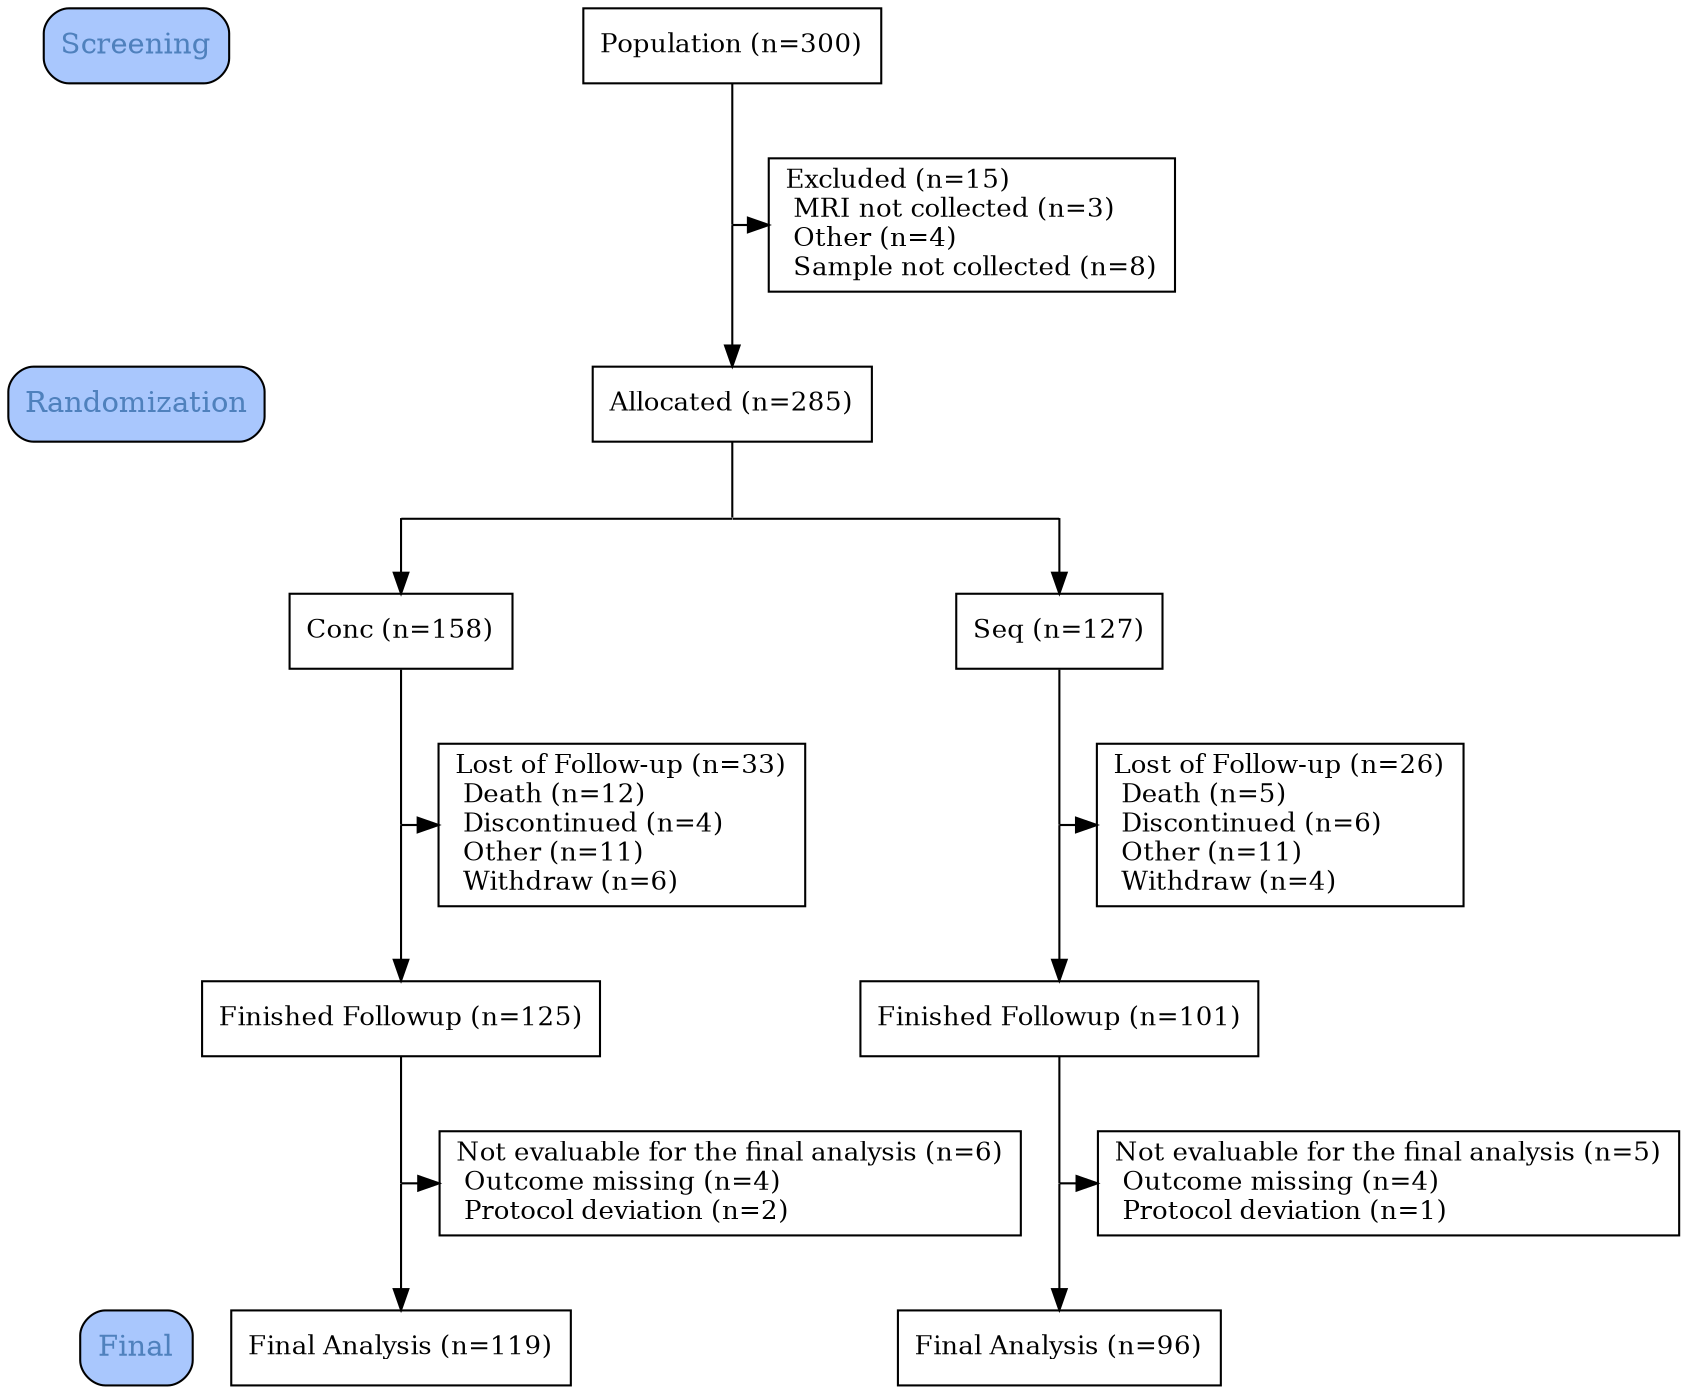
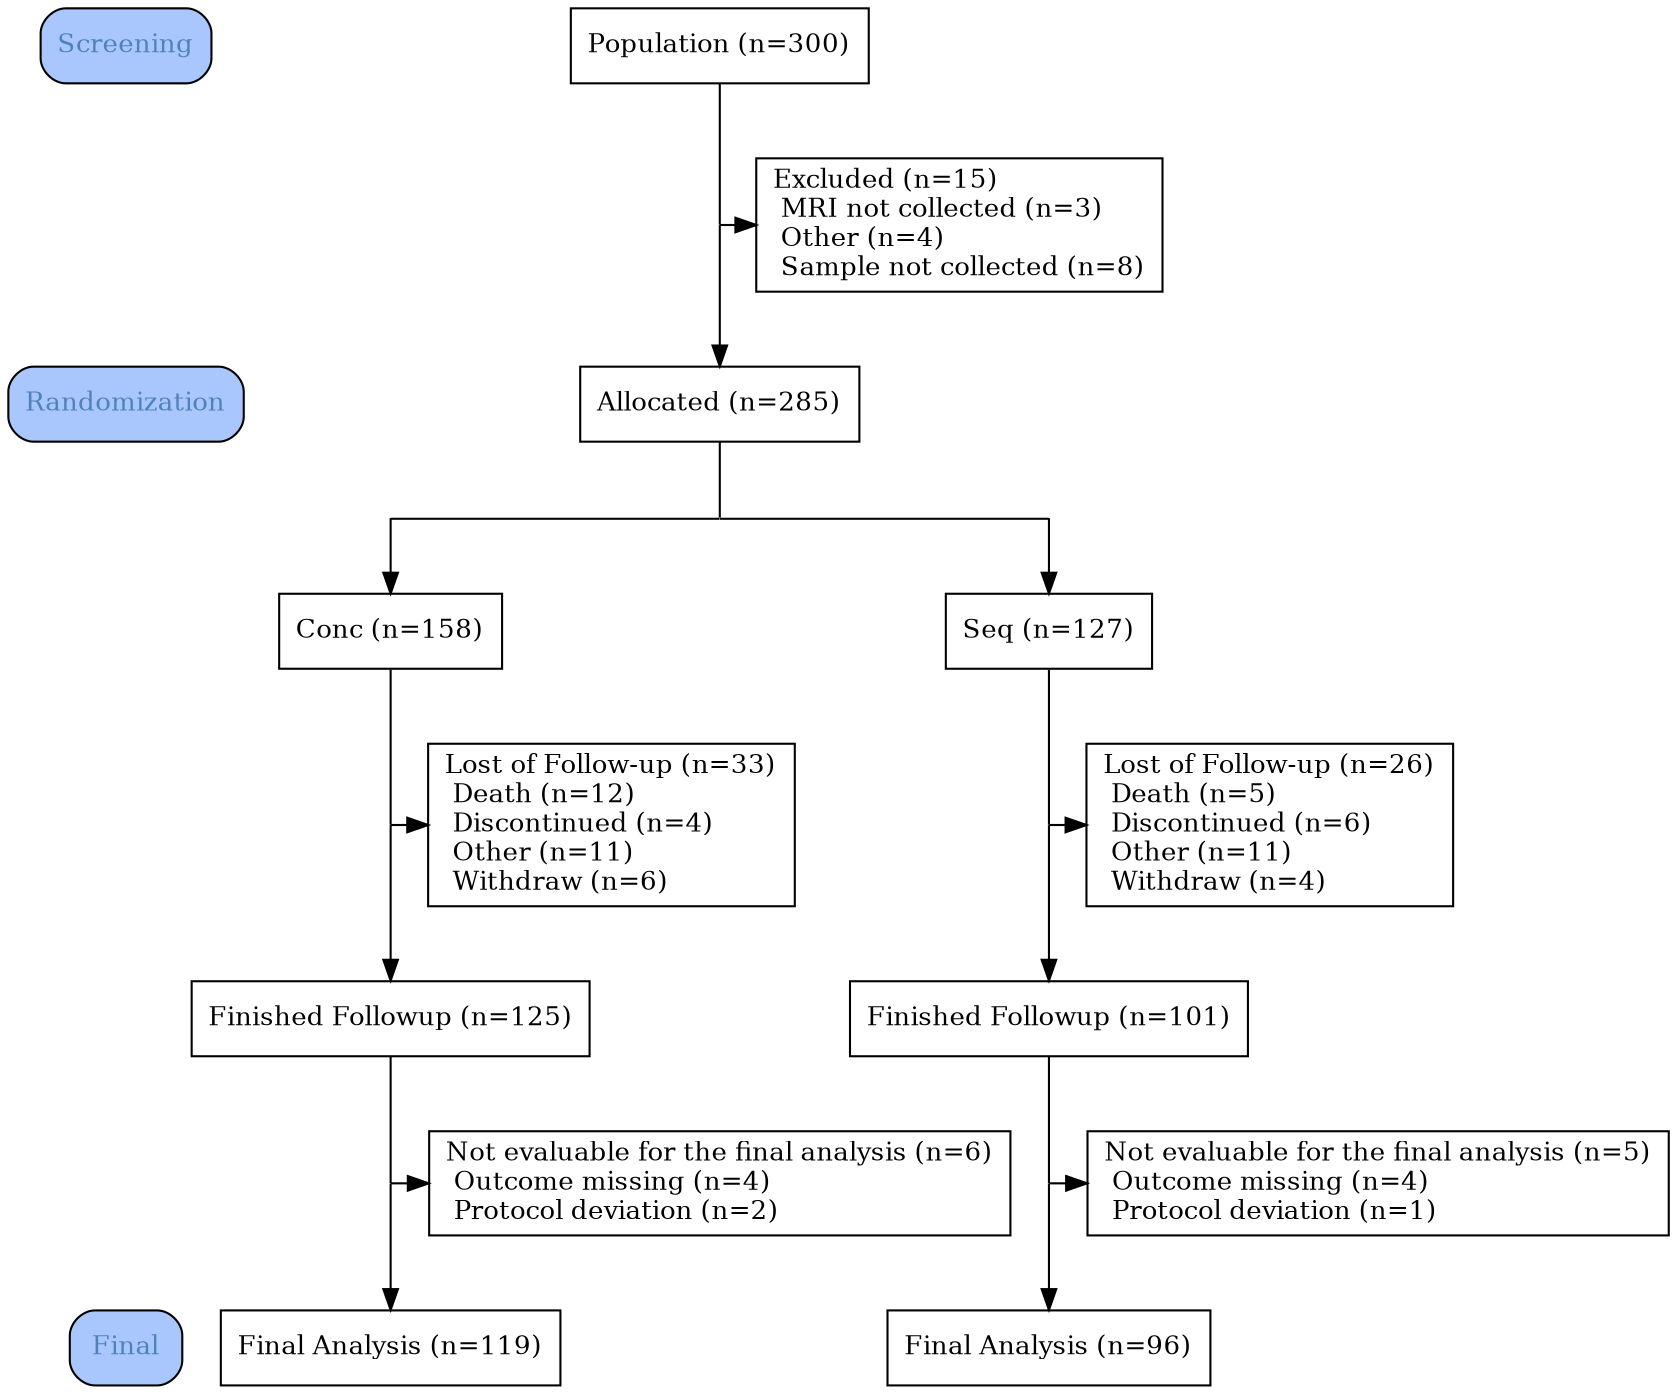
digraph consort_diagram {
  graph [layout = dot, splines=ortho]

node [shape = rectangle]

- label14 [label = "Screening" fillcolor="#A9C7FD" style="rounded,filled" fontcolor="#4F81BD"]
- label15 [label = "Randomization" fillcolor="#A9C7FD" style="rounded,filled" fontcolor="#4F81BD"]
- label16 [label = "Final" fillcolor="#A9C7FD" style="rounded,filled" fontcolor="#4F81BD"]
+ label14 [label = "Screening" fillcolor="#A9C7FD" style="rounded,filled" fontcolor="#4F81BD" fontsize=12.6]
+ label15 [label = "Randomization" fillcolor="#A9C7FD" style="rounded,filled" fontcolor="#4F81BD" fontsize=12.6]
+ label16 [label = "Final" fillcolor="#A9C7FD" style="rounded,filled" fontcolor="#4F81BD" fontsize=12.6]

edge[style=invis];
label14 -> label15 -> label16;


# node definitions with substituted label text

node1 [label = "Population (n=300)" group=A1 fillcolor="white" style="filled" fontcolor="black" fontsize=12.6]
node2 [label = "Excluded (n=15)\l MRI not collected (n=3)\l Other (n=4)\l Sample not collected (n=8)\l" fillcolor="white" style="filled" fontcolor="black" fontsize=12.6]
node3 [label = "Allocated (n=285)" group=A1 fillcolor="white" style="filled" fontcolor="black" fontsize=12.6]
node4 [label = "Conc (n=158)" group=B1 fillcolor="white" style="filled" fontcolor="black" fontsize=12.6]
node5 [label = "Seq (n=127)" group=B2 fillcolor="white" style="filled" fontcolor="black" fontsize=12.6]
node6 [label = "Lost of Follow-up (n=33)\l Death (n=12)\l Discontinued (n=4)\l Other (n=11)\l Withdraw (n=6)\l" fillcolor="white" style="filled" fontcolor="black" fontsize=12.6]
node7 [label = "Lost of Follow-up (n=26)\l Death (n=5)\l Discontinued (n=6)\l Other (n=11)\l Withdraw (n=4)\l" fillcolor="white" style="filled" fontcolor="black" fontsize=12.6]
node8 [label = "Finished Followup (n=125)" group=B1 fillcolor="white" style="filled" fontcolor="black" fontsize=12.6]
node9 [label = "Finished Followup (n=101)" group=B2 fillcolor="white" style="filled" fontcolor="black" fontsize=12.6]
node10 [label = "Not evaluable for the final analysis (n=6)\l Outcome missing (n=4)\l Protocol deviation (n=2)\l" fillcolor="white" style="filled" fontcolor="black" fontsize=12.6]
node11 [label = "Not evaluable for the final analysis (n=5)\l Outcome missing (n=4)\l Protocol deviation (n=1)\l" fillcolor="white" style="filled" fontcolor="black" fontsize=12.6]
node12 [label = "Final Analysis (n=119)" group=B1 fillcolor="white" style="filled" fontcolor="black" fontsize=12.6]
node13 [label = "Final Analysis (n=96)" group=B2 fillcolor="white" style="filled" fontcolor="black" fontsize=12.6]


## Invisible point node for joints

node [shape = point, width = 0, style=invis]

P1 [group=A1]
P2 [group=B1]
P3 [group=A1]
P4 [group=B2]
P5 [group=B1]
P6 [group=B2]
P7 [group=B1]
P8 [group=B2]

subgraph {
  rank = same; rankdir = LR; label14;  node1;
  }
subgraph {
  rank = same; rankdir = LR; P1; node2;
  }
subgraph {
  rank = same; rankdir = LR; P2; P3; P4;
  }
subgraph {
  rank = same; rankdir = LR; node4; node5;
  }
subgraph {
  rank = same; rankdir = LR; P5; node6;
  }
subgraph {
  rank = same; rankdir = LR; node8; node9;
  }
subgraph {
  rank = same; rankdir = LR; node6; node7;
  }
subgraph {
  rank = same; rankdir = LR; P6; node7;
  }
subgraph {
  rank = same; rankdir = LR; P7; node10;
  }
subgraph {
  rank = same; rankdir = LR; label16;  node12; node13;
  }
subgraph {
  rank = same; rankdir = LR; node10; node11;
  }
subgraph {
  rank = same; rankdir = LR; P8; node11;
  }
subgraph {
  rank = same; rankdir = LR; label15; node3;
  }

edge[color="black" penwidth=1 style="" arrowhead="normal" arrowsize=1.00];

node1 -> P1 [arrowhead = none];
P1 -> node2;
P1 -> node3;
node3 -> P3 [arrowhead = none];
P2 -> node4;
P4 -> node5;
P2 -> P3 -> P4 [arrowhead = none];
node4 -> P5 [arrowhead = none];
P5 -> node6;
P5 -> node8;
node5 -> P6 [arrowhead = none];
P6 -> node7;
P6 -> node9;
node8 -> P7 [arrowhead = none];
P7 -> node10;
P7 -> node12;
node9 -> P8 [arrowhead = none];
P8 -> node11;
P8 -> node13;


}
